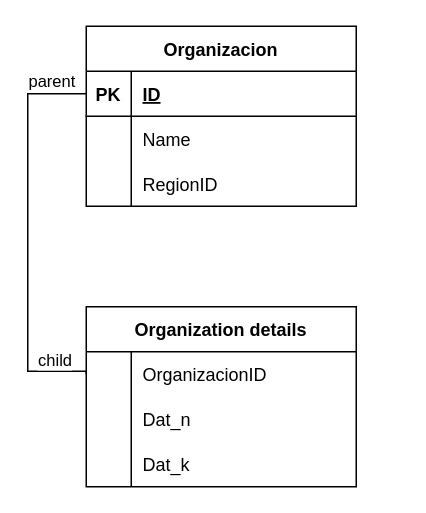
Above: bildb.drawio in mr-vic/billing (draw.io), before the change. Source tidied: cells renumbered, new cells numbered last; positions are measured from the earlier drawing's top-left corner, leaving out a move shared by most shapes. Both pictures are drawn from the tidied source at 150%, with x=0, y=0 at pixel (27, 26).
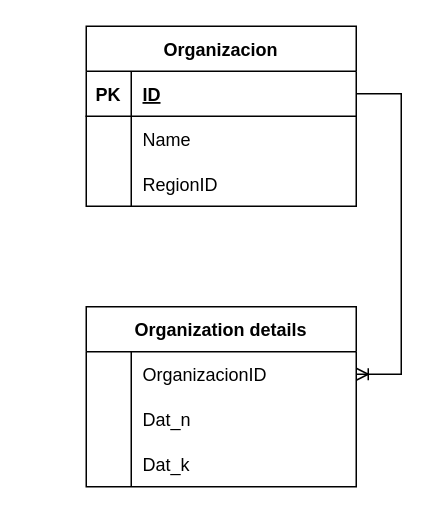
The same page after the edit.

The change refers to these unchanged cells:
```xml
<mxCell id="3" style="shape=tableRow;horizontal=0;startSize=0;swimlaneHead=0;swimlaneBody=0;fillColor=none;points=[[0,0.5],[1,0.5]];portConstraint=eastwest;top=0;left=0;right=0;bottom=1;" parent="2" vertex="1">
  <mxGeometry y="30" width="180" height="30" as="geometry" />
</mxCell>
<mxCell id="13" style="shape=tableRow;horizontal=0;startSize=0;swimlaneHead=0;swimlaneBody=0;fillColor=none;points=[[0,0.5],[1,0.5]];portConstraint=eastwest;top=0;left=0;right=0;bottom=0;" parent="12" vertex="1">
  <mxGeometry y="30" width="180" height="30" as="geometry" />
</mxCell>
```

Change to the diagram source:
```diff
@@
-    <mxCell id="22" style="endArrow=none;html=1;edgeStyle=orthogonalEdgeStyle;rounded=0;exitX=0;exitY=0.5;exitDx=0;exitDy=0;entryX=0;entryY=0.5;entryDx=0;entryDy=0;" parent="1" edge="1" source="3" target="13">
-      <mxGeometry relative="1" as="geometry">
-        <Array as="points">
-          <mxPoint y="45" />
-          <mxPoint y="230" />
-          <mxPoint x="39" y="230" />
-        </Array>
-      </mxGeometry>
+    <mxCell id="22" style="edgeStyle=entityRelationEdgeStyle;fontSize=12;html=1;endArrow=ERoneToMany;rounded=0;exitX=1;exitY=0.5;exitDx=0;exitDy=0;entryX=1;entryY=0.5;entryDx=0;entryDy=0;" parent="1" edge="1" source="3" target="13">
+      <mxGeometry relative="1" as="geometry" />
     </mxCell>
-    <mxCell id="23" value="parent" style="edgeLabel;html=1;align=left;verticalAlign=bottom;" parent="22" vertex="1">
-      <mxGeometry x="-1" relative="1" as="geometry">
-        <mxPoint x="-40" as="offset" />
-      </mxGeometry>
-    </mxCell>
-    <mxCell id="24" value="child" style="edgeLabel;html=1;align=right;verticalAlign=bottom;" parent="22" vertex="1">
-      <mxGeometry x="1" relative="1" as="geometry">
-        <mxPoint x="-9" y="-1" as="offset" />
-      </mxGeometry>
-    </mxCell>
```
